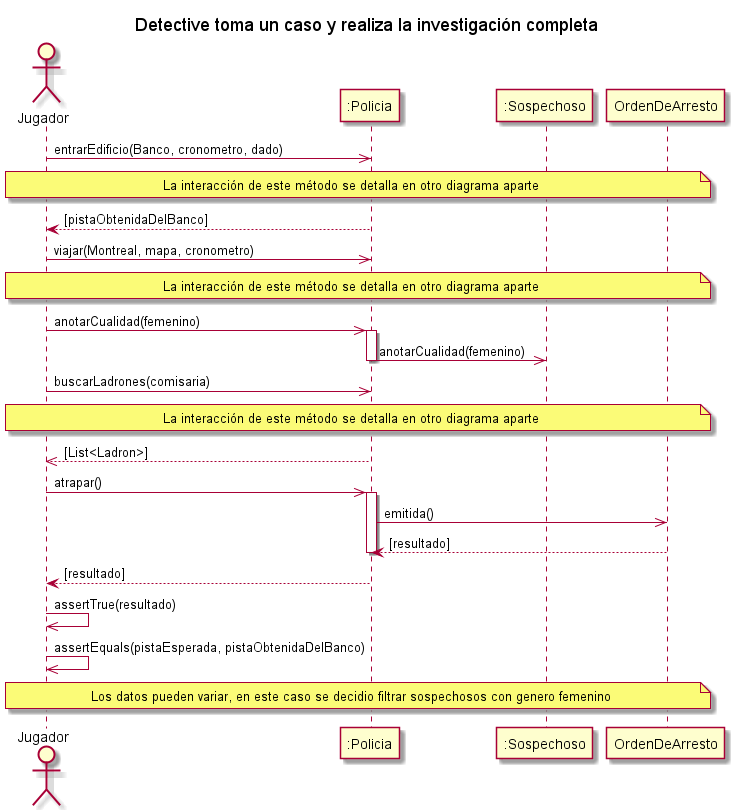
Above: diagrams/sequences/entrega2/DS_DetectiveTomaCasoYRealizaInvestigacionCompleta.png in kmu01/Algo3_tp2 (PlantUML), before the change.
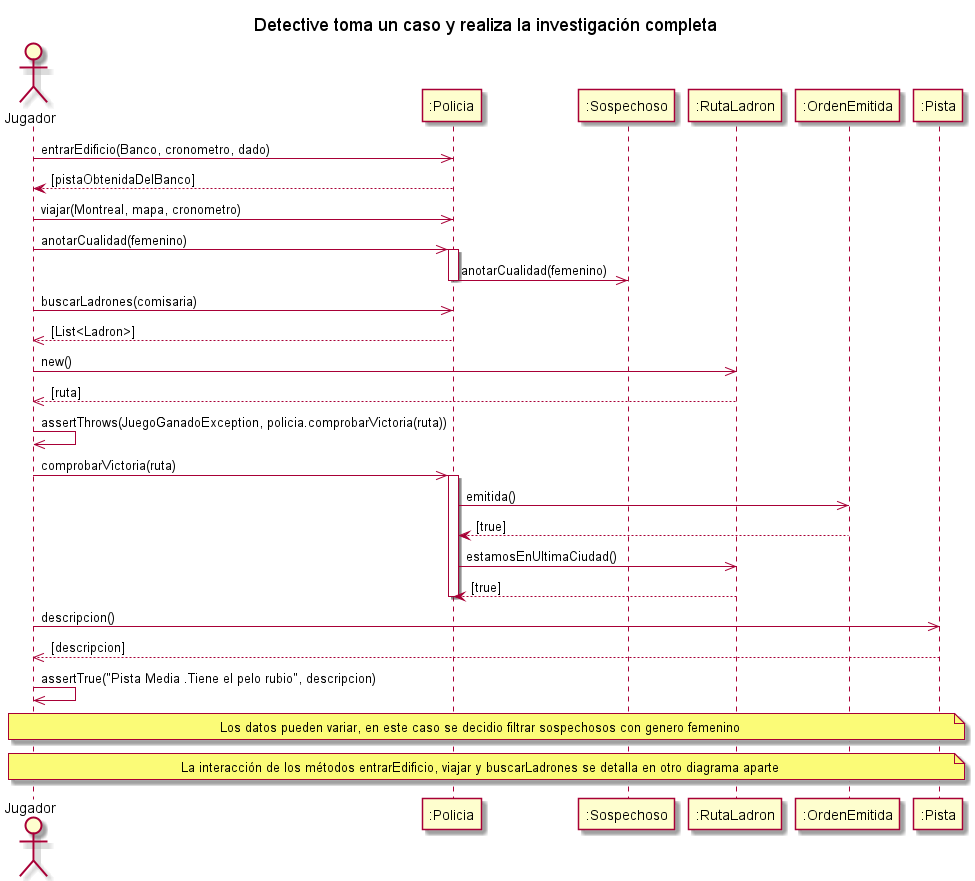
After the change.

Change to the diagram source:
```diff
@@ -4,36 +4,40 @@
 actor "Jugador" as AlgoThief
 participant ":Policia" as Policia
 participant ":Sospechoso" as Sospechoso
-participant "OrdenDeArresto" as Orden
-
+participant ":RutaLadron" as Ruta
+participant ":OrdenEmitida" as Orden
+participant ":Pista" as Pista
 
 AlgoThief ->> Policia : entrarEdificio(Banco, cronometro, dado)
-note across : La interacción de este método se detalla en otro diagrama aparte
 
 Policia --> AlgoThief : [pistaObtenidaDelBanco]
 
 
 AlgoThief ->> Policia : viajar(Montreal, mapa, cronometro)
-note across : La interacción de este método se detalla en otro diagrama aparte
 
 AlgoThief ->> Policia : anotarCualidad(femenino)
 activate Policia
     Policia ->> Sospechoso : anotarCualidad(femenino)
 deactivate Policia
 AlgoThief ->> Policia : buscarLadrones(comisaria)
-note across : La interacción de este método se detalla en otro diagrama aparte
+
 return[List<Ladron>]
+AlgoThief ->> Ruta : new()
+return[ruta]
 
-AlgoThief ->> Policia : atrapar()
+AlgoThief ->> AlgoThief : assertThrows(JuegoGanadoException, policia.comprobarVictoria(ruta))
+AlgoThief ->> Policia : comprobarVictoria(ruta)
 activate Policia
     Policia ->> Orden : emitida()
-    Orden --> Policia : [resultado]
+    Orden --> Policia : [true]
+    Policia ->> Ruta : estamosEnUltimaCiudad()
+    Ruta --> Policia : [true]
 deactivate Policia
-Policia --> AlgoThief : [resultado]
-AlgoThief ->> AlgoThief : assertTrue(resultado)
-AlgoThief ->> AlgoThief : assertEquals(pistaEsperada, pistaObtenidaDelBanco)
 
+AlgoThief ->> Pista : descripcion()
+return[descripcion]
+AlgoThief ->> AlgoThief : assertTrue("Pista Media .Tiene el pelo rubio", descripcion)
 note across: Los datos pueden variar, en este caso se decidio filtrar sospechosos con genero femenino
-
+note across : La interacción de los métodos entrarEdificio, viajar y buscarLadrones se detalla en otro diagrama aparte
 
 @enduml
```
